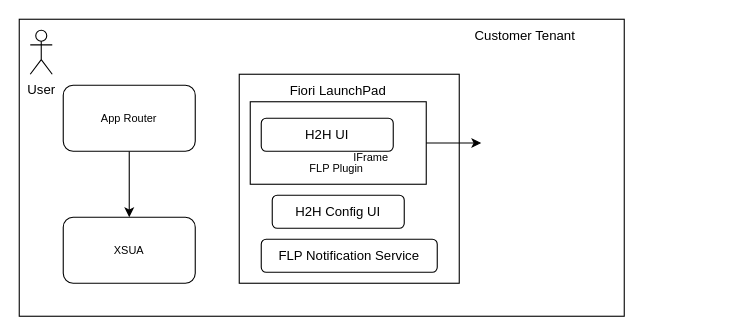
This is Untitled Diagram.drawio from rmriju/TestWorkPublic, a draw.io file, before an edit. Source tidied: cells renumbered, new cells numbered last; positions are measured from the earlier drawing's top-left corner, leaving out a move shared by most shapes. Both pictures are drawn from the tidied source at 110%, with x=0, y=0 at pixel (19, 19).
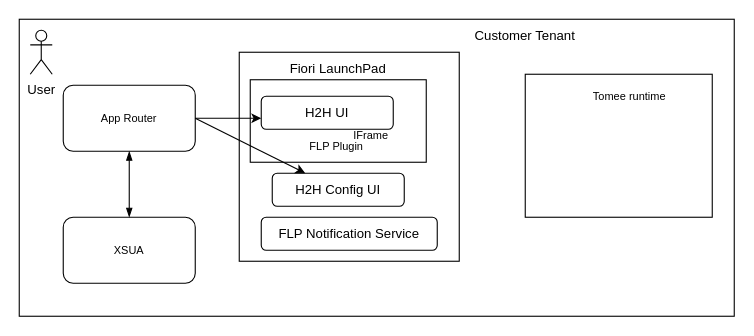
The same diagram, later.

Unchanged cells that the change refers to:
```xml
<mxCell id="7" style="rounded=0;whiteSpace=wrap;html=1;" parent="5" vertex="1">
  <mxGeometry x="10" y="25" width="160" height="75" as="geometry" />
</mxCell>
<mxCell id="10" value="H2H Config UI" style="rounded=1;whiteSpace=wrap;html=1;" parent="5" vertex="1">
  <mxGeometry x="30" y="110" width="120" height="30" as="geometry" />
</mxCell>
<mxCell id="16" value="App Router" style="rounded=1;whiteSpace=wrap;html=1;fontSize=10;" parent="1" vertex="1">
  <mxGeometry x="40" y="60" width="120" height="60" as="geometry" />
</mxCell>
<mxCell id="17" value="XSUA" style="rounded=1;whiteSpace=wrap;html=1;fontSize=10;" parent="1" vertex="1">
  <mxGeometry x="40" y="180" width="120" height="60" as="geometry" />
</mxCell>
```

What changed in the source:
```diff
@@
     <mxCell id="2" style="rounded=0;whiteSpace=wrap;html=1;" parent="1" vertex="1">
-      <mxGeometry width="550" height="270" as="geometry" />
+      <mxGeometry width="650" height="270" as="geometry" />
     </mxCell>
@@
     <mxCell id="5" style="group;" parent="1" vertex="1">
-      <mxGeometry x="200" y="50" width="220" height="190" as="geometry" />
+      <mxGeometry x="200" y="30" width="220" height="190" as="geometry" />
     </mxCell>
@@
-    <mxCell id="14" style="edgeStyle=orthogonalEdgeStyle;rounded=0;jettySize=auto;html=1;fontSize=10;" parent="5" edge="1" source="7">
-      <mxGeometry relative="1" as="geometry">
-        <mxPoint x="220" y="62.5" as="targetPoint" />
-      </mxGeometry>
-    </mxCell>
-    <mxCell id="15" style="edgeStyle=orthogonalEdgeStyle;rounded=0;jettySize=auto;html=1;fontSize=10;" parent="1" edge="1" source="16" target="17">
-      <mxGeometry relative="1" as="geometry" />
-    </mxCell>
@@
+    <mxCell id="18" style="endArrow=blockThin;startArrow=blockThin;html=1;rounded=0;fontSize=10;exitX=0.5;exitY=0;exitDx=0;exitDy=0;endFill=1;startFill=1;" parent="1" edge="1" source="17">
+      <mxGeometry relative="1" as="geometry">
+        <mxPoint x="100" y="120" as="targetPoint" />
+      </mxGeometry>
+    </mxCell>
+    <mxCell id="19" style="endArrow=classic;html=1;rounded=0;fontSize=10;" parent="1" edge="1">
+      <mxGeometry relative="1" as="geometry">
+        <mxPoint x="160" y="90" as="sourcePoint" />
+        <mxPoint x="220" y="90" as="targetPoint" />
+      </mxGeometry>
+    </mxCell>
+    <mxCell id="20" style="endArrow=classic;html=1;rounded=0;fontSize=10;" parent="1" edge="1" target="10">
+      <mxGeometry relative="1" as="geometry">
+        <mxPoint x="160" y="90" as="sourcePoint" />
+      </mxGeometry>
+    </mxCell>
+    <mxCell id="21" style="rounded=0;whiteSpace=wrap;html=1;fontSize=10;" parent="1" vertex="1">
+      <mxGeometry x="460" y="50" width="170" height="130" as="geometry" />
+    </mxCell>
+    <mxCell id="22" value="Tomee runtime" style="text;html=1;strokeColor=none;fillColor=none;align=center;verticalAlign=middle;whiteSpace=wrap;rounded=0;fontSize=10;" parent="1" vertex="1">
+      <mxGeometry x="500" y="60" width="110" height="20" as="geometry" />
+    </mxCell>
```
